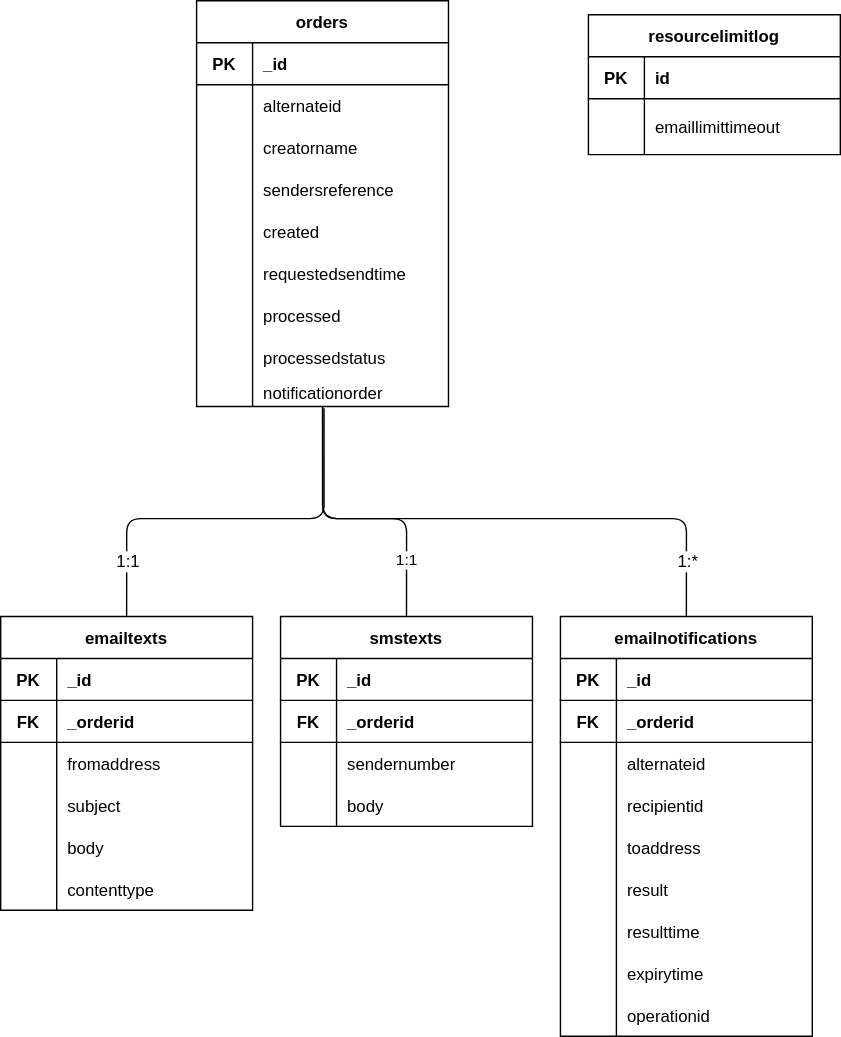
The draw.io diagram content/notifications/architecture/notifications/dbmodel.drawio.svg in Altinn/altinn-studio-docs, before a commit. Source tidied: cells renumbered, new cells last; positions are measured from the earlier drawing's top-left corner, leaving out a move shared by most shapes.
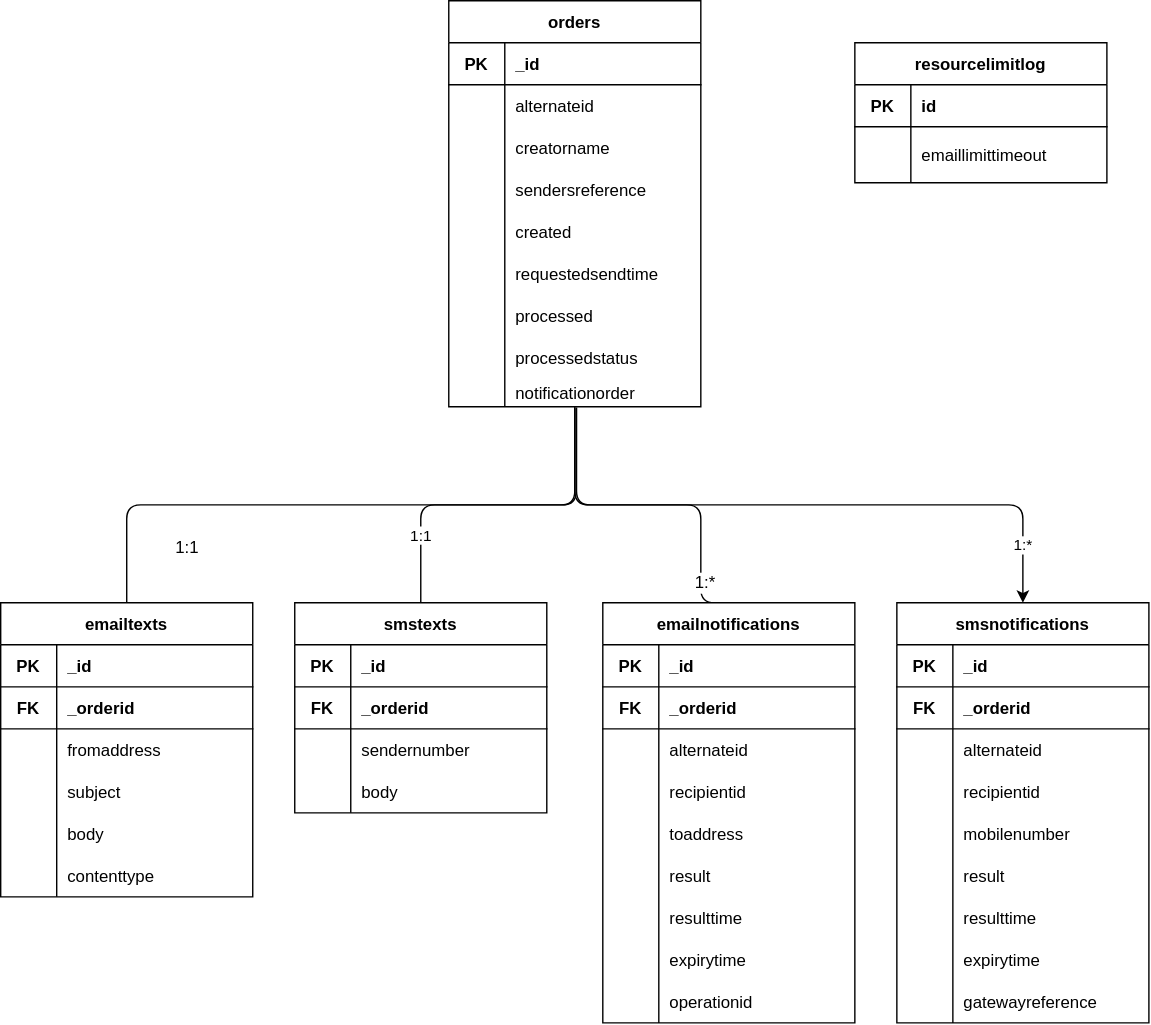
The same file after the commit.

What changed in the source:
```diff
@@ -5,8 +5,9 @@
     <mxCell id="2" style="edgeStyle=orthogonalEdgeStyle;html=1;entryX=0.506;entryY=1.063;entryDx=0;entryDy=0;entryPerimeter=0;startArrow=none;startFill=0;endArrow=none;endFill=0;exitX=0.5;exitY=0;exitDx=0;exitDy=0;" parent="1" edge="1" source="4" target="50">
       <mxGeometry relative="1" as="geometry">
         <Array as="points">
-          <mxPoint x="90" y="370" />
-          <mxPoint x="231" y="370" />
+          <mxPoint y="440" />
+          <mxPoint y="370" />
+          <mxPoint x="321" y="370" />
         </Array>
       </mxGeometry>
     </mxCell>
@@ -16,7 +17,7 @@
       </mxGeometry>
     </mxCell>
     <mxCell id="4" value="emailtexts" style="shape=table;startSize=30;rowLines=0;fontStyle=1;align=center;" parent="1" vertex="1">
-      <mxGeometry y="440" width="180" height="210" as="geometry" />
+      <mxGeometry x="-90" y="440" width="180" height="210" as="geometry" />
     </mxCell>
     <mxCell id="5" style="shape=tableRow;horizontal=0;startSize=0;swimlaneHead=0;swimlaneBody=0;fillColor=none;top=0;left=0;right=0;bottom=1;" parent="4" vertex="1">
       <mxGeometry y="30" width="180" height="30" as="geometry" />
@@ -75,18 +76,24 @@
     <mxCell id="23" style="edgeStyle=orthogonalEdgeStyle;html=1;startArrow=none;startFill=0;endArrow=none;endFill=0;entryX=0.5;entryY=0;entryDx=0;entryDy=0;" parent="1" edge="1" source="25" target="53">
       <mxGeometry relative="1" as="geometry">
         <Array as="points">
-          <mxPoint x="230" y="370" />
-          <mxPoint x="490" y="370" />
+          <mxPoint x="320" y="370" />
+          <mxPoint x="410" y="370" />
         </Array>
       </mxGeometry>
     </mxCell>
     <mxCell id="24" value="1:*" style="edgeLabel;html=1;align=center;verticalAlign=middle;fontSize=12;fontFamily=Helvetica;fontColor=default;" parent="23" vertex="1">
       <mxGeometry x="0.47" y="1" relative="1" as="geometry">
-        <mxPoint x="38" y="31" as="offset" />
+        <mxPoint x="1" y="31" as="offset" />
       </mxGeometry>
     </mxCell>
+    <mxCell id="102" style="edgeStyle=orthogonalEdgeStyle;html=1;exitX=0.507;exitY=1.028;exitDx=0;exitDy=0;exitPerimeter=0;entryX=0.5;entryY=0;entryDx=0;entryDy=0;" parent="1" edge="1" source="50" target="104">
+      <mxGeometry relative="1" as="geometry" />
+    </mxCell>
+    <mxCell id="103" value="1:*" style="edgeLabel;html=1;align=center;verticalAlign=middle;" parent="102" vertex="1">
+      <mxGeometry x="0.82" y="-1" relative="1" as="geometry" />
+    </mxCell>
     <mxCell id="25" value="orders" style="shape=table;startSize=30;rowLines=0;fontStyle=1;align=center;columnLines=1;" parent="1" vertex="1">
-      <mxGeometry x="140" width="180" height="290" as="geometry" />
+      <mxGeometry x="230" y="10" width="180" height="290" as="geometry" />
     </mxCell>
     <mxCell id="26" style="shape=tableRow;horizontal=0;startSize=0;swimlaneHead=0;swimlaneBody=0;fillColor=none;top=0;left=0;right=0;bottom=1;" parent="25" vertex="1">
       <mxGeometry y="30" width="180" height="30" as="geometry" />
@@ -170,7 +177,7 @@
       <mxGeometry x="40" width="140" height="20" as="geometry" />
     </mxCell>
     <mxCell id="53" value="emailnotifications" style="shape=table;startSize=30;rowLines=0;fontStyle=1;align=center;" parent="1" vertex="1">
-      <mxGeometry x="400" y="440" width="180" height="300" as="geometry" />
+      <mxGeometry x="340" y="440" width="180" height="300" as="geometry" />
     </mxCell>
     <mxCell id="54" style="shape=tableRow;horizontal=0;startSize=0;swimlaneHead=0;swimlaneBody=0;fillColor=none;top=0;left=0;right=0;bottom=1;" parent="53" vertex="1">
       <mxGeometry y="30" width="180" height="30" as="geometry" />
@@ -254,7 +261,7 @@
       <mxGeometry x="40" width="140" height="30" as="geometry" />
     </mxCell>
     <mxCell id="81" value="resourcelimitlog" style="shape=table;startSize=30;rowLines=0;fontStyle=1;align=center;" parent="1" vertex="1">
-      <mxGeometry x="420" y="10" width="180" height="100" as="geometry" />
+      <mxGeometry x="520" y="40" width="180" height="100" as="geometry" />
     </mxCell>
     <mxCell id="82" style="shape=tableRow;horizontal=0;startSize=0;swimlaneHead=0;swimlaneBody=0;fillColor=none;top=0;left=0;right=0;bottom=1;" parent="81" vertex="1">
       <mxGeometry y="30" width="180" height="30" as="geometry" />
@@ -275,7 +282,7 @@
       <mxGeometry x="40" width="140" height="40" as="geometry" />
     </mxCell>
     <mxCell id="88" value="smstexts" style="shape=table;startSize=30;rowLines=0;fontStyle=1;align=center;" parent="1" vertex="1">
-      <mxGeometry x="200" y="440" width="180" height="150" as="geometry" />
+      <mxGeometry x="120" y="440" width="180" height="150" as="geometry" />
     </mxCell>
     <mxCell id="89" style="shape=tableRow;horizontal=0;startSize=0;swimlaneHead=0;swimlaneBody=0;fillColor=none;top=0;left=0;right=0;bottom=1;" parent="88" vertex="1">
       <mxGeometry y="30" width="180" height="30" as="geometry" />
@@ -316,10 +323,94 @@
     <mxCell id="101" value="1:1" style="edgeStyle=orthogonalEdgeStyle;html=1;exitX=0.5;exitY=1.033;exitDx=0;exitDy=0;exitPerimeter=0;endArrow=none;endFill=0;entryX=0.5;entryY=0;entryDx=0;entryDy=0;" parent="1" edge="1" source="50" target="88">
       <mxGeometry x="0.62" relative="1" as="geometry">
         <Array as="points">
-          <mxPoint x="230" y="370" />
-          <mxPoint x="290" y="370" />
+          <mxPoint x="320" y="370" />
+          <mxPoint x="210" y="370" />
         </Array>
       </mxGeometry>
     </mxCell>
+    <mxCell id="104" value="smsnotifications" style="shape=table;startSize=30;rowLines=0;fontStyle=1;align=center;" parent="1" vertex="1">
+      <mxGeometry x="550" y="440" width="180" height="300" as="geometry" />
+    </mxCell>
+    <mxCell id="105" style="shape=tableRow;horizontal=0;startSize=0;swimlaneHead=0;swimlaneBody=0;fillColor=none;top=0;left=0;right=0;bottom=1;" parent="104" vertex="1">
+      <mxGeometry y="30" width="180" height="30" as="geometry" />
+    </mxCell>
+    <mxCell id="106" value="PK" style="shape=partialRectangle;fillColor=none;top=0;left=0;bottom=0;right=0;fontStyle=1;overflow=hidden;" parent="105" vertex="1">
+      <mxGeometry width="40" height="30" as="geometry" />
+    </mxCell>
+    <mxCell id="107" value="_id" style="shape=partialRectangle;fillColor=none;top=0;left=0;bottom=0;right=0;align=left;spacingLeft=6;fontStyle=1;overflow=hidden;" parent="105" vertex="1">
+      <mxGeometry x="40" width="140" height="30" as="geometry" />
+    </mxCell>
+    <mxCell id="108" style="shape=tableRow;horizontal=0;startSize=0;swimlaneHead=0;swimlaneBody=0;fillColor=none;top=0;left=0;right=0;bottom=1;" parent="104" vertex="1">
+      <mxGeometry y="60" width="180" height="30" as="geometry" />
+    </mxCell>
+    <mxCell id="109" value="FK" style="shape=partialRectangle;fillColor=none;top=0;left=0;bottom=0;right=0;fontStyle=1;overflow=hidden;" parent="108" vertex="1">
+      <mxGeometry width="40" height="30" as="geometry" />
+    </mxCell>
+    <mxCell id="110" value="_orderid" style="shape=partialRectangle;fillColor=none;top=0;left=0;bottom=0;right=0;align=left;spacingLeft=6;fontStyle=1;overflow=hidden;" parent="108" vertex="1">
+      <mxGeometry x="40" width="140" height="30" as="geometry" />
+    </mxCell>
+    <mxCell id="111" style="shape=tableRow;horizontal=0;startSize=0;swimlaneHead=0;swimlaneBody=0;fillColor=none;top=0;left=0;right=0;bottom=0;" parent="104" vertex="1">
+      <mxGeometry y="90" width="180" height="30" as="geometry" />
+    </mxCell>
+    <mxCell id="112" style="shape=partialRectangle;fillColor=none;top=0;left=0;bottom=0;right=0;overflow=hidden;" parent="111" vertex="1">
+      <mxGeometry width="40" height="30" as="geometry" />
+    </mxCell>
+    <mxCell id="113" value="alternateid" style="shape=partialRectangle;fillColor=none;top=0;left=0;bottom=0;right=0;align=left;spacingLeft=6;overflow=hidden;" parent="111" vertex="1">
+      <mxGeometry x="40" width="140" height="30" as="geometry" />
+    </mxCell>
+    <mxCell id="114" style="shape=tableRow;horizontal=0;startSize=0;swimlaneHead=0;swimlaneBody=0;fillColor=none;top=0;left=0;right=0;bottom=0;" parent="104" vertex="1">
+      <mxGeometry y="120" width="180" height="30" as="geometry" />
+    </mxCell>
+    <mxCell id="115" style="shape=partialRectangle;fillColor=none;top=0;left=0;bottom=0;right=0;overflow=hidden;" parent="114" vertex="1">
+      <mxGeometry width="40" height="30" as="geometry" />
+    </mxCell>
+    <mxCell id="116" value="recipientid" style="shape=partialRectangle;fillColor=none;top=0;left=0;bottom=0;right=0;align=left;spacingLeft=6;overflow=hidden;" parent="114" vertex="1">
+      <mxGeometry x="40" width="140" height="30" as="geometry" />
+    </mxCell>
+    <mxCell id="117" style="shape=tableRow;horizontal=0;startSize=0;swimlaneHead=0;swimlaneBody=0;fillColor=none;top=0;left=0;right=0;bottom=0;" parent="104" vertex="1">
+      <mxGeometry y="150" width="180" height="30" as="geometry" />
+    </mxCell>
+    <mxCell id="118" style="shape=partialRectangle;fillColor=none;top=0;left=0;bottom=0;right=0;overflow=hidden;" parent="117" vertex="1">
+      <mxGeometry width="40" height="30" as="geometry" />
+    </mxCell>
+    <mxCell id="119" value="mobilenumber" style="shape=partialRectangle;fillColor=none;top=0;left=0;bottom=0;right=0;align=left;spacingLeft=6;overflow=hidden;" parent="117" vertex="1">
+      <mxGeometry x="40" width="140" height="30" as="geometry" />
+    </mxCell>
+    <mxCell id="120" style="shape=tableRow;horizontal=0;startSize=0;swimlaneHead=0;swimlaneBody=0;fillColor=none;top=0;left=0;right=0;bottom=0;" parent="104" vertex="1">
+      <mxGeometry y="180" width="180" height="30" as="geometry" />
+    </mxCell>
+    <mxCell id="121" style="shape=partialRectangle;fillColor=none;top=0;left=0;bottom=0;right=0;overflow=hidden;" parent="120" vertex="1">
+      <mxGeometry width="40" height="30" as="geometry" />
+    </mxCell>
+    <mxCell id="122" value="result" style="shape=partialRectangle;fillColor=none;top=0;left=0;bottom=0;right=0;align=left;spacingLeft=6;overflow=hidden;" parent="120" vertex="1">
+      <mxGeometry x="40" width="140" height="30" as="geometry" />
+    </mxCell>
+    <mxCell id="123" style="shape=tableRow;horizontal=0;startSize=0;swimlaneHead=0;swimlaneBody=0;fillColor=none;top=0;left=0;right=0;bottom=0;" parent="104" vertex="1">
+      <mxGeometry y="210" width="180" height="30" as="geometry" />
+    </mxCell>
+    <mxCell id="124" style="shape=partialRectangle;fillColor=none;top=0;left=0;bottom=0;right=0;overflow=hidden;" parent="123" vertex="1">
+      <mxGeometry width="40" height="30" as="geometry" />
+    </mxCell>
+    <mxCell id="125" value="resulttime" style="shape=partialRectangle;fillColor=none;top=0;left=0;bottom=0;right=0;align=left;spacingLeft=6;overflow=hidden;" parent="123" vertex="1">
+      <mxGeometry x="40" width="140" height="30" as="geometry" />
+    </mxCell>
+    <mxCell id="126" style="shape=tableRow;horizontal=0;startSize=0;swimlaneHead=0;swimlaneBody=0;fillColor=none;top=0;left=0;right=0;bottom=0;" parent="104" vertex="1">
+      <mxGeometry y="240" width="180" height="30" as="geometry" />
+    </mxCell>
+    <mxCell id="127" style="shape=partialRectangle;fillColor=none;top=0;left=0;bottom=0;right=0;overflow=hidden;" parent="126" vertex="1">
+      <mxGeometry width="40" height="30" as="geometry" />
+    </mxCell>
+    <mxCell id="128" value="expirytime" style="shape=partialRectangle;fillColor=none;top=0;left=0;bottom=0;right=0;align=left;spacingLeft=6;overflow=hidden;" parent="126" vertex="1">
+      <mxGeometry x="40" width="140" height="30" as="geometry" />
+    </mxCell>
+    <mxCell id="129" style="shape=tableRow;horizontal=0;startSize=0;swimlaneHead=0;swimlaneBody=0;fillColor=none;top=0;left=0;right=0;bottom=0;" parent="104" vertex="1">
+      <mxGeometry y="270" width="180" height="30" as="geometry" />
+    </mxCell>
+    <mxCell id="130" style="shape=partialRectangle;fillColor=none;top=0;left=0;bottom=0;right=0;overflow=hidden;" parent="129" vertex="1">
+      <mxGeometry width="40" height="30" as="geometry" />
+    </mxCell>
+    <mxCell id="131" value="gatewayreference" style="shape=partialRectangle;fillColor=none;top=0;left=0;bottom=0;right=0;align=left;spacingLeft=6;overflow=hidden;" parent="129" vertex="1">
+      <mxGeometry x="40" width="140" height="30" as="geometry" />
+    </mxCell>
   </root>
 </mxGraphModel>
```
